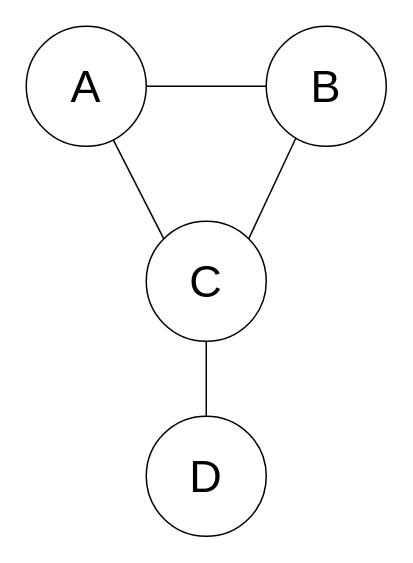
aemiliusRetiarius/skripsie_2021 keeps this draw.io diagram as reconstruct_pgm/Figures/markov_pgm.drawio. Above is the earlier version. Source tidied: cells renumbered, new cells numbered last; positions are measured from the earlier drawing's top-left corner, leaving out a move shared by most shapes. Both pictures are drawn from the tidied source at 150%, with x=0, y=0 at pixel (26, 26).
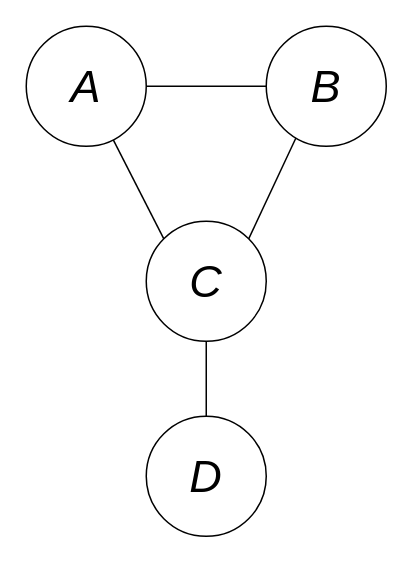
The same page after the edit.

Commit message (it also covers changes not shown here):
Updated figure to italics

The edit, as a diff of the source:
```diff
@@
 <mxGraphModel>
   <root>
     <mxCell id="0" />
     <mxCell id="1" parent="0" />
     <mxCell id="2" style="rounded=0;jettySize=auto;html=1;entryX=0;entryY=0;entryDx=0;entryDy=0;fontSize=30;endArrow=none;endFill=0;" parent="1" edge="1" source="4" target="8">
       <mxGeometry relative="1" as="geometry" />
     </mxCell>
     <mxCell id="3" style="edgeStyle=none;rounded=0;jettySize=auto;html=1;fontSize=30;endArrow=none;endFill=0;" parent="1" edge="1" source="4" target="6">
       <mxGeometry relative="1" as="geometry" />
     </mxCell>
-    <mxCell id="4" value="&lt;font style=&quot;font-size: 30px&quot;&gt;A&lt;/font&gt;" style="ellipse;whiteSpace=wrap;html=1;" parent="1" vertex="1">
+    <mxCell id="4" value="&lt;font style=&quot;font-size: 30px&quot;&gt;&lt;i&gt;A&lt;/i&gt;&lt;/font&gt;" style="ellipse;whiteSpace=wrap;html=1;" parent="1" vertex="1">
       <mxGeometry width="80" height="80" as="geometry" />
     </mxCell>
     <mxCell id="5" style="edgeStyle=none;rounded=0;jettySize=auto;html=1;exitX=0.25;exitY=0.925;exitDx=0;exitDy=0;entryX=1;entryY=0;entryDx=0;entryDy=0;fontSize=30;exitPerimeter=0;endArrow=none;endFill=0;" parent="1" edge="1" source="6" target="8">
       <mxGeometry relative="1" as="geometry" />
     </mxCell>
-    <mxCell id="6" value="&lt;font style=&quot;font-size: 30px&quot;&gt;B&lt;/font&gt;" style="ellipse;whiteSpace=wrap;html=1;" parent="1" vertex="1">
+    <mxCell id="6" value="&lt;font style=&quot;font-size: 30px&quot;&gt;&lt;i&gt;B&lt;/i&gt;&lt;/font&gt;" style="ellipse;whiteSpace=wrap;html=1;" parent="1" vertex="1">
       <mxGeometry x="160" width="80" height="80" as="geometry" />
     </mxCell>
     <mxCell id="7" style="edgeStyle=none;rounded=0;jettySize=auto;html=1;exitX=0.5;exitY=1;exitDx=0;exitDy=0;fontSize=30;endArrow=none;endFill=0;" parent="1" edge="1" source="8" target="9">
       <mxGeometry relative="1" as="geometry" />
     </mxCell>
-    <mxCell id="8" value="&lt;font style=&quot;font-size: 30px&quot;&gt;C&lt;/font&gt;" style="ellipse;whiteSpace=wrap;html=1;" parent="1" vertex="1">
+    <mxCell id="8" value="&lt;font style=&quot;font-size: 30px&quot;&gt;&lt;i&gt;C&lt;/i&gt;&lt;/font&gt;" style="ellipse;whiteSpace=wrap;html=1;" parent="1" vertex="1">
       <mxGeometry x="80" y="130" width="80" height="80" as="geometry" />
     </mxCell>
-    <mxCell id="9" value="&lt;font style=&quot;font-size: 30px&quot;&gt;D&lt;/font&gt;" style="ellipse;whiteSpace=wrap;html=1;" parent="1" vertex="1">
+    <mxCell id="9" value="&lt;font style=&quot;font-size: 30px&quot;&gt;&lt;i&gt;D&lt;/i&gt;&lt;/font&gt;" style="ellipse;whiteSpace=wrap;html=1;" parent="1" vertex="1">
       <mxGeometry x="80" y="260" width="80" height="80" as="geometry" />
     </mxCell>
   </root>
 </mxGraphModel>
```
